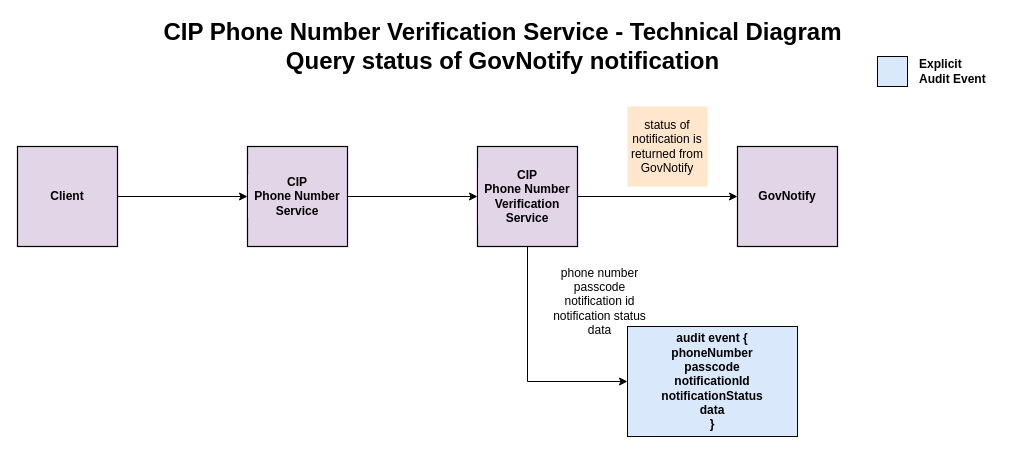
The draw.io diagram diagrams/phone_number_audit_verification_query_status.drawio in hmrc/phone-number, before the edit. Source tidied: cells renumbered, new cells numbered last; positions are measured from the earlier drawing's top-left corner, leaving out a move shared by most shapes. Both pictures are drawn from the tidied source at 100%, with x=0, y=0 at pixel (17, 26).
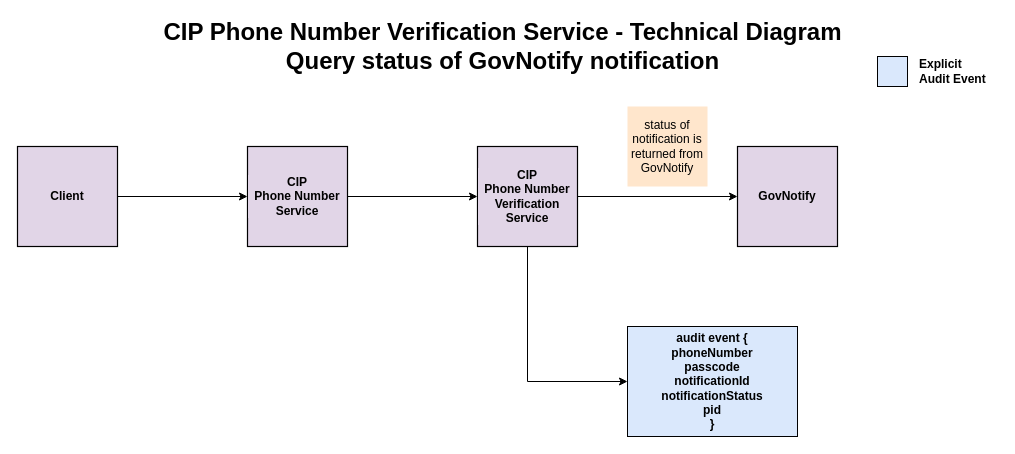
Above is the later version.

Commit message (it also covers changes not shown here):
Updated audit diagrams

What changed in the source:
```diff
@@
 <mxGraphModel background="#ffffff">
   <root>
     <mxCell id="0" />
     <mxCell id="1" parent="0" />
     <mxCell id="2" value="Client" style="whiteSpace=wrap;html=1;labelBackgroundColor=#E1D5E7;fillColor=#E1D5E7;strokeColor=#000000;fontStyle=1;strokeWidth=1.2;" parent="1" vertex="1">
       <mxGeometry y="120" width="100" height="100" as="geometry" />
     </mxCell>
     <mxCell id="3" value="CIP &lt;br&gt;Phone Number Service" style="whiteSpace=wrap;html=1;labelBackgroundColor=#E1D5E7;fillColor=#E1D5E7;strokeColor=#000000;fontStyle=1;strokeWidth=1.2;" parent="1" vertex="1">
       <mxGeometry x="230" y="120" width="100" height="100" as="geometry" />
     </mxCell>
     <mxCell id="4" value="CIP&lt;br&gt;Phone Number&lt;br&gt;Verification Service" style="whiteSpace=wrap;html=1;labelBackgroundColor=#E1D5E7;fillColor=#E1D5E7;strokeColor=#000000;fontStyle=1;strokeWidth=1.2;" parent="1" vertex="1">
       <mxGeometry x="460" y="120" width="100" height="100" as="geometry" />
     </mxCell>
     <mxCell id="5" value="CIP Phone Number Verification Service - Technical Diagram&lt;br&gt;Query status of GovNotify notification" style="text;strokeColor=none;fillColor=none;html=1;fontSize=24;fontStyle=1;verticalAlign=middle;align=center;labelBackgroundColor=none;" parent="1" vertex="1">
       <mxGeometry x="435" width="100" height="40" as="geometry" />
     </mxCell>
-    <mxCell id="6" value="phone number&lt;br&gt;passcode&lt;br&gt;notification id&lt;br&gt;notification status&lt;br&gt;data" style="text;html=1;align=center;verticalAlign=middle;strokeColor=none;fillColor=none;" parent="1" vertex="1">
-      <mxGeometry x="527" y="235" width="110" height="80" as="geometry" />
-    </mxCell>
-    <mxCell id="7" value="&lt;span style=&quot;&quot;&gt;audit event {&lt;/span&gt;&lt;br style=&quot;&quot;&gt;&lt;span style=&quot;&quot;&gt;&#9;&lt;/span&gt;&lt;span style=&quot;&quot;&gt;phoneNumber&lt;br&gt;&lt;/span&gt;passcode&lt;br&gt;notificationId&lt;br style=&quot;&quot;&gt;&lt;span style=&quot;&quot;&gt;notificationStatus&lt;/span&gt;&lt;br style=&quot;&quot;&gt;&lt;span style=&quot;&quot;&gt;data&lt;/span&gt;&lt;br style=&quot;&quot;&gt;&lt;span style=&quot;&quot;&gt;}&lt;/span&gt;" style="rounded=0;whiteSpace=wrap;html=1;labelBackgroundColor=#DAE8FC;strokeColor=#000000;fillColor=#DAE8FC;fontStyle=1;" parent="1" vertex="1">
+    <mxCell id="7" value="&lt;span style=&quot;&quot;&gt;audit event {&lt;/span&gt;&lt;br style=&quot;&quot;&gt;&lt;span style=&quot;&quot;&gt;&#9;&lt;/span&gt;&lt;span style=&quot;&quot;&gt;phoneNumber&lt;br&gt;&lt;/span&gt;passcode&lt;br&gt;notificationId&lt;br style=&quot;&quot;&gt;&lt;span style=&quot;&quot;&gt;notificationStatus&lt;/span&gt;&lt;br style=&quot;&quot;&gt;&lt;span style=&quot;&quot;&gt;pid&lt;br&gt;}&lt;/span&gt;" style="rounded=0;whiteSpace=wrap;html=1;labelBackgroundColor=#DAE8FC;strokeColor=#000000;fillColor=#DAE8FC;fontStyle=1;" parent="1" vertex="1">
       <mxGeometry x="610" y="300" width="170" height="110" as="geometry" />
     </mxCell>
     <mxCell id="8" style="endArrow=classic;html=1;rounded=0;entryX=0;entryY=0.5;entryDx=0;entryDy=0;exitX=1;exitY=0.5;exitDx=0;exitDy=0;" parent="1" edge="1" source="2" target="3">
       <mxGeometry relative="1" as="geometry" />
     </mxCell>
     <mxCell id="9" style="endArrow=classic;html=1;rounded=0;entryX=0;entryY=0.5;entryDx=0;entryDy=0;exitX=1;exitY=0.5;exitDx=0;exitDy=0;" parent="1" edge="1" source="3" target="4">
       <mxGeometry relative="1" as="geometry" />
     </mxCell>
     <mxCell id="10" value="status of notification is returned from GovNotify" style="whiteSpace=wrap;html=1;labelBackgroundColor=none;strokeColor=none;fillColor=#ffe6cc;" parent="1" vertex="1">
       <mxGeometry x="610" y="80" width="80" height="80" as="geometry" />
     </mxCell>
     <mxCell id="11" style="endArrow=classic;html=1;rounded=0;entryX=0;entryY=0.5;entryDx=0;entryDy=0;exitX=0.5;exitY=1;exitDx=0;exitDy=0;" parent="1" edge="1" source="4" target="7">
       <mxGeometry relative="1" as="geometry">
         <Array as="points">
           <mxPoint x="510" y="355" />
         </Array>
       </mxGeometry>
     </mxCell>
     <mxCell id="12" style="whiteSpace=wrap;html=1;labelBackgroundColor=#E6D0DE;strokeColor=#000000;fillColor=#DAE8FC;" parent="1" vertex="1">
       <mxGeometry x="860" y="30" width="30" height="30" as="geometry" />
     </mxCell>
     <mxCell id="13" value="Explicit &lt;br&gt;Audit Event" style="text;html=1;align=left;verticalAlign=middle;strokeColor=none;fillColor=none;fontStyle=1;" parent="1" vertex="1">
       <mxGeometry x="900" y="30" width="80" height="30" as="geometry" />
     </mxCell>
     <mxCell id="14" value="GovNotify" style="whiteSpace=wrap;html=1;labelBackgroundColor=#E1D5E7;fillColor=#E1D5E7;strokeColor=#000000;fontStyle=1;strokeWidth=1.2;" parent="1" vertex="1">
       <mxGeometry x="720" y="120" width="100" height="100" as="geometry" />
     </mxCell>
     <mxCell id="15" style="endArrow=classic;html=1;rounded=0;entryX=0;entryY=0.5;entryDx=0;entryDy=0;exitX=1;exitY=0.5;exitDx=0;exitDy=0;" parent="1" edge="1" source="4" target="14">
       <mxGeometry relative="1" as="geometry" />
     </mxCell>
   </root>
 </mxGraphModel>
```
